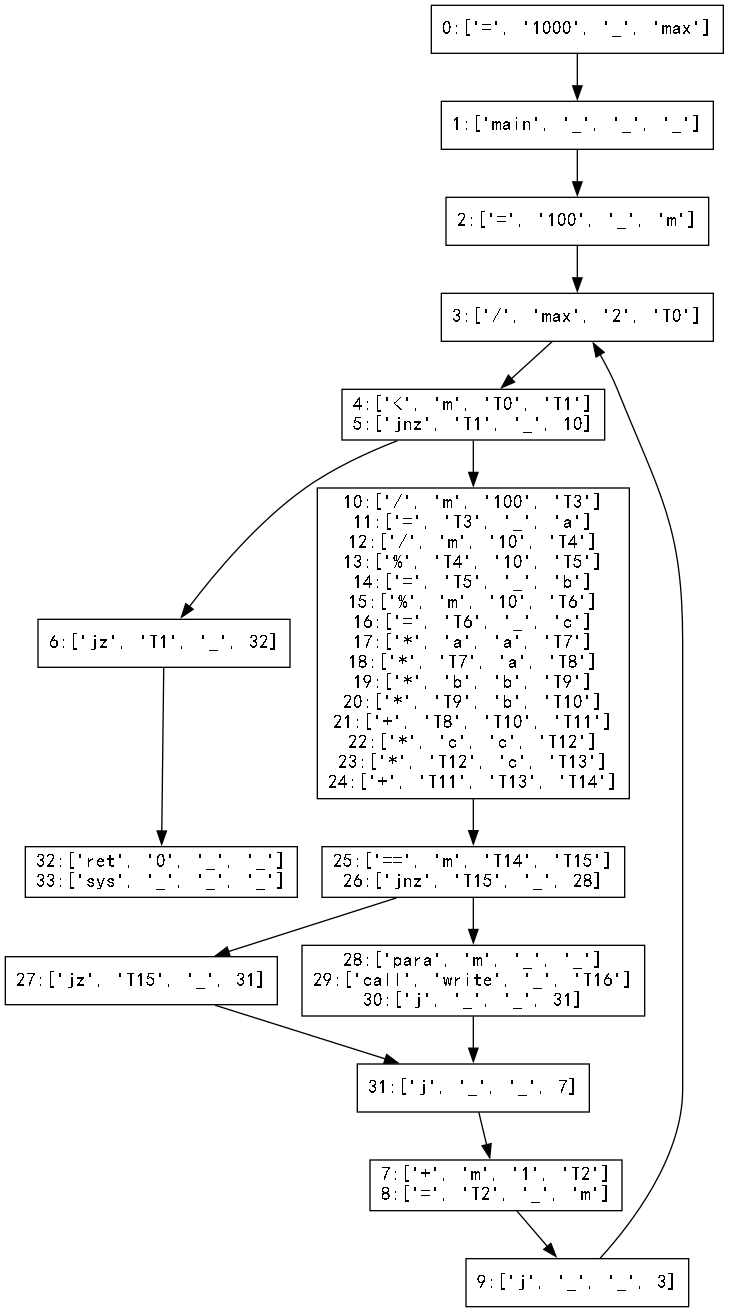
The Graphviz diagram Basic_Block/basic_block.gv.png in hutao99/compiler, before a commit. Its source is kept beside it as Basic_Block/basic_block.gv. Source of this version:
```dot
digraph "./Basic_Block/basic_block" {
	0 [label="0:['=', '1000', '_', 'max']
" fontname=SimHei shape=rectangle]
	1 [label="1:['main', '_', '_', '_']
" fontname=SimHei shape=rectangle]
	2 [label="2:['=', '100', '_', 'm']
" fontname=SimHei shape=rectangle]
	3 [label="3:['/', 'max', '2', 'T0']
" fontname=SimHei shape=rectangle]
	4 [label="4:['<', 'm', 'T0', 'T1']
5:['jnz', 'T1', '_', 10]
" fontname=SimHei shape=rectangle]
	5 [label="6:['jz', 'T1', '_', 32]
" fontname=SimHei shape=rectangle]
	6 [label="7:['+', 'm', '1', 'T2']
8:['=', 'T2', '_', 'm']
" fontname=SimHei shape=rectangle]
	7 [label="9:['j', '_', '_', 3]
" fontname=SimHei shape=rectangle]
	8 [label="10:['/', 'm', '100', 'T3']
11:['=', 'T3', '_', 'a']
12:['/', 'm', '10', 'T4']
13:['%', 'T4', '10', 'T5']
14:['=', 'T5', '_', 'b']
15:['%', 'm', '10', 'T6']
16:['=', 'T6', '_', 'c']
17:['*', 'a', 'a', 'T7']
18:['*', 'T7', 'a', 'T8']
19:['*', 'b', 'b', 'T9']
20:['*', 'T9', 'b', 'T10']
21:['+', 'T8', 'T10', 'T11']
22:['*', 'c', 'c', 'T12']
23:['*', 'T12', 'c', 'T13']
24:['+', 'T11', 'T13', 'T14']
" fontname=SimHei shape=rectangle]
	9 [label="25:['==', 'm', 'T14', 'T15']
26:['jnz', 'T15', '_', 28]
" fontname=SimHei shape=rectangle]
	10 [label="27:['jz', 'T15', '_', 31]
" fontname=SimHei shape=rectangle]
	11 [label="28:['para', 'm', '_', '_']
29:['call', 'write', '_', 'T16']
30:['j', '_', '_', 31]
" fontname=SimHei shape=rectangle]
	12 [label="31:['j', '_', '_', 7]
" fontname=SimHei shape=rectangle]
	13 [label="32:['ret', '0', '_', '_']
33:['sys', '_', '_', '_']
" fontname=SimHei shape=rectangle]
	0 -> 1
	1 -> 2
	2 -> 3
	3 -> 4
	4 -> 8
	4 -> 5
	5 -> 13
	6 -> 7
	7 -> 3
	8 -> 9
	9 -> 11
	9 -> 10
	10 -> 12
	11 -> 12
	12 -> 6
}
```
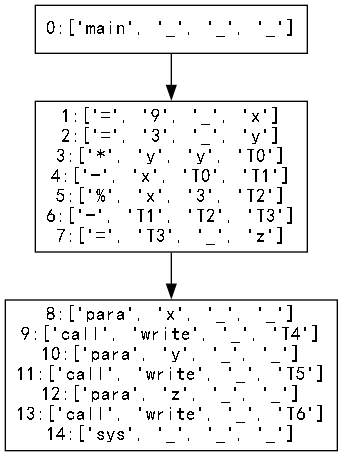
After the change.

Commit message:
陈瑞：更新程序DAG界面 将DAG基本块流图嵌到界面 基本块划分及流图 程序以及基本块DAG优化

The edit, as a diff of the source:
```diff
@@ -1,65 +1,22 @@
 digraph "./Basic_Block/basic_block" {
-	0 [label="0:['=', '1000', '_', 'max']
+	0 [label="0:['main', '_', '_', '_']
 " fontname=SimHei shape=rectangle]
-	1 [label="1:['main', '_', '_', '_']
+	1 [label="1:['=', '9', '_', 'x']
+2:['=', '3', '_', 'y']
+3:['*', 'y', 'y', 'T0']
+4:['-', 'x', 'T0', 'T1']
+5:['%', 'x', '3', 'T2']
+6:['-', 'T1', 'T2', 'T3']
+7:['=', 'T3', '_', 'z']
 " fontname=SimHei shape=rectangle]
-	2 [label="2:['=', '100', '_', 'm']
-" fontname=SimHei shape=rectangle]
-	3 [label="3:['/', 'max', '2', 'T0']
-" fontname=SimHei shape=rectangle]
-	4 [label="4:['<', 'm', 'T0', 'T1']
-5:['jnz', 'T1', '_', 10]
-" fontname=SimHei shape=rectangle]
-	5 [label="6:['jz', 'T1', '_', 32]
-" fontname=SimHei shape=rectangle]
-	6 [label="7:['+', 'm', '1', 'T2']
-8:['=', 'T2', '_', 'm']
-" fontname=SimHei shape=rectangle]
-	7 [label="9:['j', '_', '_', 3]
-" fontname=SimHei shape=rectangle]
-	8 [label="10:['/', 'm', '100', 'T3']
-11:['=', 'T3', '_', 'a']
-12:['/', 'm', '10', 'T4']
-13:['%', 'T4', '10', 'T5']
-14:['=', 'T5', '_', 'b']
-15:['%', 'm', '10', 'T6']
-16:['=', 'T6', '_', 'c']
-17:['*', 'a', 'a', 'T7']
-18:['*', 'T7', 'a', 'T8']
-19:['*', 'b', 'b', 'T9']
-20:['*', 'T9', 'b', 'T10']
-21:['+', 'T8', 'T10', 'T11']
-22:['*', 'c', 'c', 'T12']
-23:['*', 'T12', 'c', 'T13']
-24:['+', 'T11', 'T13', 'T14']
-" fontname=SimHei shape=rectangle]
-	9 [label="25:['==', 'm', 'T14', 'T15']
-26:['jnz', 'T15', '_', 28]
-" fontname=SimHei shape=rectangle]
-	10 [label="27:['jz', 'T15', '_', 31]
-" fontname=SimHei shape=rectangle]
-	11 [label="28:['para', 'm', '_', '_']
-29:['call', 'write', '_', 'T16']
-30:['j', '_', '_', 31]
-" fontname=SimHei shape=rectangle]
-	12 [label="31:['j', '_', '_', 7]
-" fontname=SimHei shape=rectangle]
-	13 [label="32:['ret', '0', '_', '_']
-33:['sys', '_', '_', '_']
+	2 [label="8:['para', 'x', '_', '_']
+9:['call', 'write', '_', 'T4']
+10:['para', 'y', '_', '_']
+11:['call', 'write', '_', 'T5']
+12:['para', 'z', '_', '_']
+13:['call', 'write', '_', 'T6']
+14:['sys', '_', '_', '_']
 " fontname=SimHei shape=rectangle]
 	0 -> 1
 	1 -> 2
-	2 -> 3
-	3 -> 4
-	4 -> 8
-	4 -> 5
-	5 -> 13
-	6 -> 7
-	7 -> 3
-	8 -> 9
-	9 -> 11
-	9 -> 10
-	10 -> 12
-	11 -> 12
-	12 -> 6
 }
```
